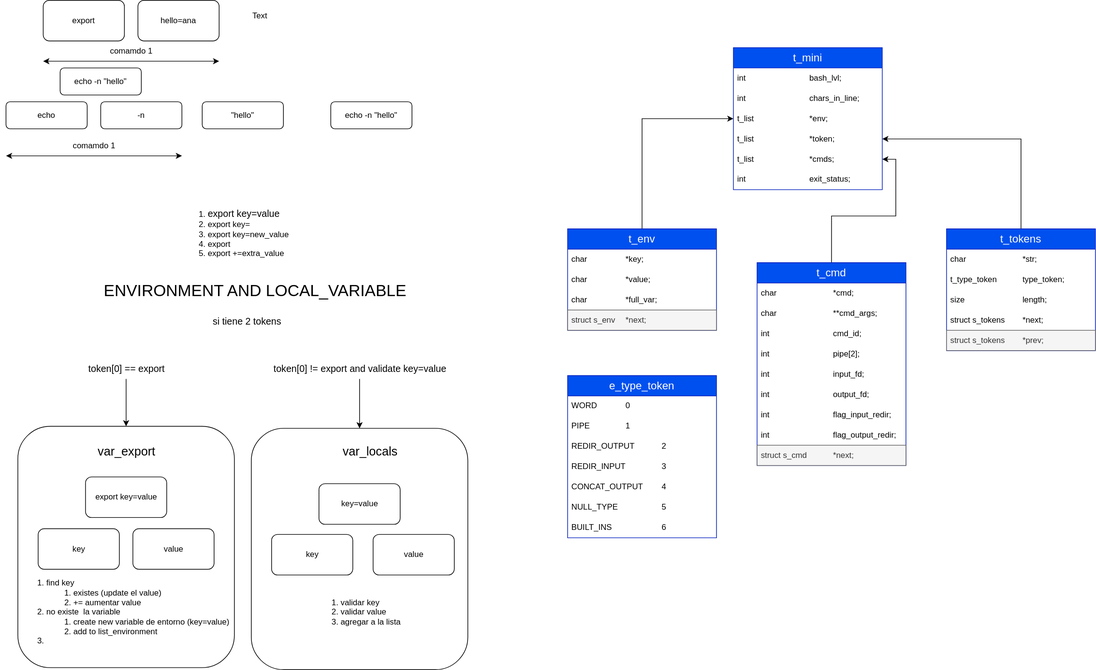
Above: commands.svg in Anagamedina/Minishell (draw.io), before the change. Source tidied: cells renumbered, new cells last; positions are measured from the earlier drawing's top-left corner, leaving out a move shared by most shapes.
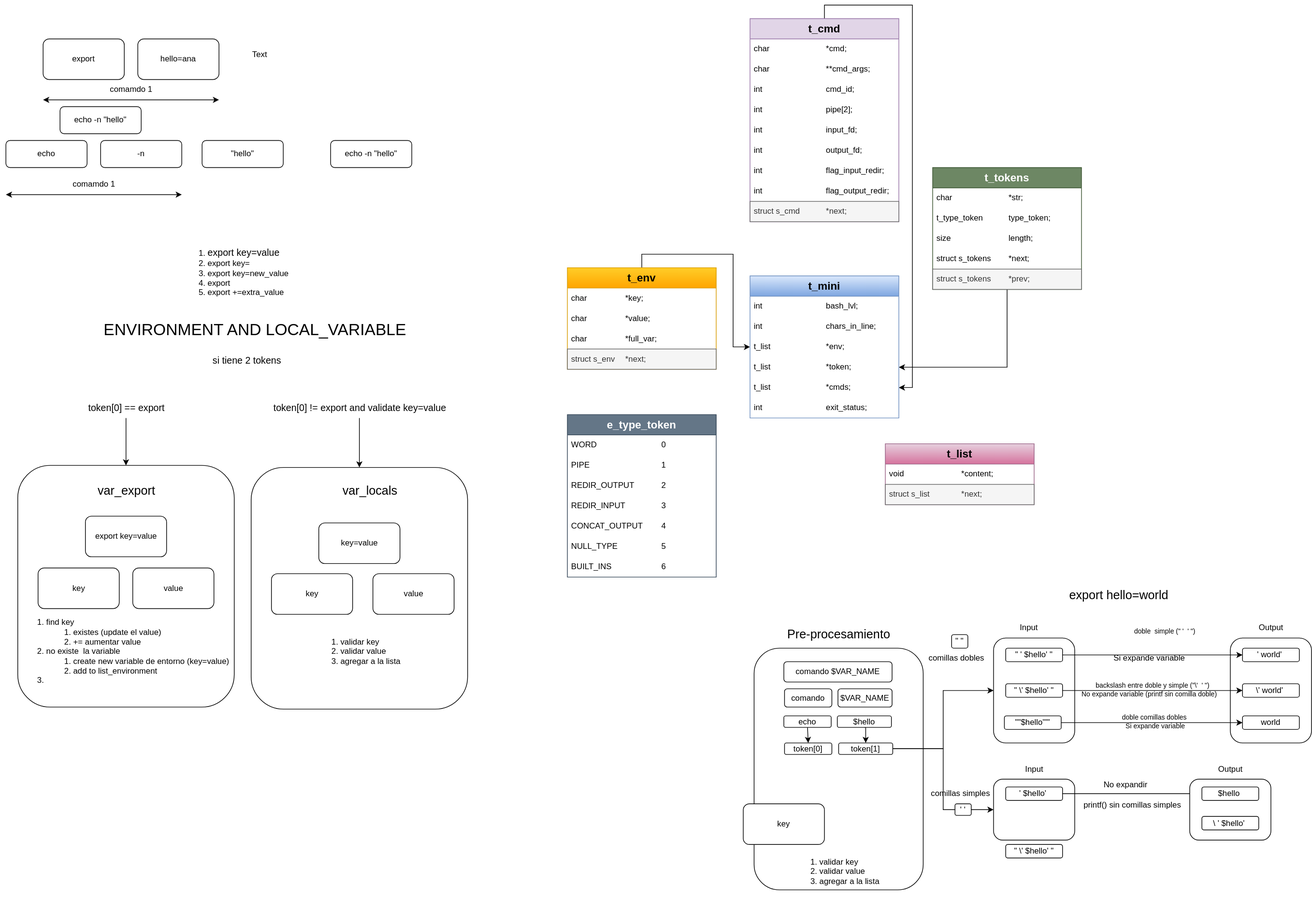
Above is the later version.

Commit message:
update UML tokens

Change to the diagram source:
```diff
@@ -4,2 +4,8 @@
     <mxCell id="1" parent="0" />
+    <mxCell id="72" value="&lt;div&gt;&lt;br&gt;&lt;/div&gt;" style="rounded=1;whiteSpace=wrap;html=1;align=left;" parent="1" vertex="1">
+      <mxGeometry x="1460" y="885" width="120" height="155" as="geometry" />
+    </mxCell>
+    <mxCell id="73" value="&lt;div&gt;&lt;br&gt;&lt;/div&gt;" style="rounded=1;whiteSpace=wrap;html=1;align=left;" parent="1" vertex="1">
+      <mxGeometry x="1810" y="885" width="120" height="155" as="geometry" />
+    </mxCell>
     <mxCell id="2" style="rounded=1;whiteSpace=wrap;html=1;fontColor=#F942FF;" parent="1" vertex="1">
@@ -106,3 +112,3 @@
     </mxCell>
-    <mxCell id="34" value="&lt;font style=&quot;font-size: 16px;&quot;&gt;t_env&lt;/font&gt;" style="swimlane;fontStyle=0;horizontal=1;startSize=30;whiteSpace=wrap;html=1;fillColor=#0050ef;fontColor=#ffffff;strokeColor=#001DBC;" parent="1" vertex="1">
+    <mxCell id="34" value="&lt;font style=&quot;font-size: 16px;&quot;&gt;&lt;b&gt;t_env&lt;/b&gt;&lt;/font&gt;" style="swimlane;fontStyle=0;horizontal=1;startSize=30;whiteSpace=wrap;html=1;fillColor=#ffcd28;strokeColor=#d79b00;gradientColor=#ffa500;" parent="1" vertex="1">
       <mxGeometry x="830" y="338" width="220" height="150" as="geometry" />
@@ -124,4 +130,4 @@
     </mxCell>
-    <mxCell id="40" value="&lt;font style=&quot;font-size: 16px;&quot;&gt;t_tokens&lt;/font&gt;" style="swimlane;fontStyle=0;horizontal=1;startSize=30;whiteSpace=wrap;html=1;fillColor=#0050ef;fontColor=#ffffff;strokeColor=#001DBC;" parent="1" vertex="1">
-      <mxGeometry x="1390" y="338" width="220" height="180" as="geometry" />
+    <mxCell id="40" value="&lt;font style=&quot;font-size: 16px;&quot;&gt;&lt;b&gt;t_tokens&lt;/b&gt;&lt;/font&gt;" style="swimlane;fontStyle=0;horizontal=1;startSize=30;whiteSpace=wrap;html=1;fillColor=#6d8764;strokeColor=#3A5431;fontColor=#ffffff;" parent="1" vertex="1">
+      <mxGeometry x="1370" y="190" width="220" height="180" as="geometry" />
     </mxCell>
@@ -145,4 +151,4 @@
     </mxCell>
-    <mxCell id="47" value="&lt;font style=&quot;font-size: 16px;&quot;&gt;t_cmd&lt;/font&gt;" style="swimlane;fontStyle=0;horizontal=1;startSize=30;whiteSpace=wrap;html=1;fillColor=#0050ef;fontColor=#ffffff;strokeColor=#001DBC;" parent="1" vertex="1">
-      <mxGeometry x="1110" y="388" width="220" height="300" as="geometry" />
+    <mxCell id="47" value="&lt;font style=&quot;font-size: 16px;&quot;&gt;&lt;b&gt;t_cmd&lt;/b&gt;&lt;/font&gt;" style="swimlane;fontStyle=0;horizontal=1;startSize=30;whiteSpace=wrap;html=1;fillColor=#e1d5e7;strokeColor=#9673a6;" parent="1" vertex="1">
+      <mxGeometry x="1100" y="-30" width="220" height="300" as="geometry" />
     </mxCell>
@@ -175,4 +181,4 @@
     </mxCell>
-    <mxCell id="57" value="&lt;font style=&quot;font-size: 16px;&quot;&gt;t_mini&lt;/font&gt;" style="swimlane;fontStyle=0;horizontal=1;startSize=30;whiteSpace=wrap;html=1;fillColor=#0050ef;fontColor=#ffffff;strokeColor=#001DBC;" parent="1" vertex="1">
-      <mxGeometry x="1075" y="70" width="220" height="210" as="geometry" />
+    <mxCell id="57" value="&lt;font style=&quot;font-size: 16px;&quot;&gt;&lt;b&gt;t_mini&lt;/b&gt;&lt;/font&gt;" style="swimlane;fontStyle=0;horizontal=1;startSize=30;whiteSpace=wrap;html=1;fillColor=#dae8fc;strokeColor=#6c8ebf;gradientColor=#7ea6e0;" parent="1" vertex="1">
+      <mxGeometry x="1100" y="350" width="220" height="210" as="geometry" />
     </mxCell>
@@ -184,3 +190,3 @@
     </mxCell>
-    <mxCell id="60" value="t_list&lt;span style=&quot;white-space: pre;&quot;&gt;&#9;&lt;/span&gt;&lt;span style=&quot;white-space: pre;&quot;&gt;&#9;&lt;/span&gt;&lt;span style=&quot;white-space: pre;&quot;&gt;&#9;&lt;/span&gt;&lt;span style=&quot;white-space: pre;&quot;&gt;&#9;&lt;/span&gt;*env;" style="text;strokeColor=none;fillColor=none;align=left;verticalAlign=middle;spacingLeft=4;spacingRight=4;overflow=hidden;points=[[0,0.5],[1,0.5]];portConstraint=eastwest;whiteSpace=wrap;html=1;" parent="57" vertex="1">
+    <mxCell id="60" value="t_list&lt;span style=&quot;white-space: pre;&quot;&gt;&#9;&lt;/span&gt;&lt;span style=&quot;white-space: pre;&quot;&gt;&#9;&lt;/span&gt;&lt;span style=&quot;white-space: pre;&quot;&gt;&#9;&lt;/span&gt;&lt;span style=&quot;white-space: pre;&quot;&gt;&#9;&lt;/span&gt;*env;" style="text;align=left;verticalAlign=middle;spacingLeft=4;spacingRight=4;overflow=hidden;points=[[0,0.5],[1,0.5]];portConstraint=eastwest;whiteSpace=wrap;html=1;" parent="57" vertex="1">
       <mxGeometry y="90" width="220" height="30" as="geometry" />
@@ -196,9 +202,9 @@
     </mxCell>
-    <mxCell id="64" value="&lt;span style=&quot;font-size: 16px;&quot;&gt;e_type_token&lt;/span&gt;" style="swimlane;fontStyle=0;horizontal=1;startSize=30;whiteSpace=wrap;html=1;fillColor=#0050ef;fontColor=#ffffff;strokeColor=#001DBC;" parent="1" vertex="1">
+    <mxCell id="64" value="&lt;span style=&quot;font-size: 16px;&quot;&gt;&lt;b&gt;e_type_token&lt;/b&gt;&lt;/span&gt;" style="swimlane;fontStyle=0;horizontal=1;startSize=30;whiteSpace=wrap;html=1;fillColor=#647687;fontColor=#ffffff;strokeColor=#314354;" parent="1" vertex="1">
       <mxGeometry x="830" y="555" width="220" height="240" as="geometry" />
     </mxCell>
-    <mxCell id="65" value="WORD&lt;span style=&quot;white-space: pre;&quot;&gt;&#9;&lt;/span&gt;&lt;span style=&quot;white-space: pre;&quot;&gt;&#9;&lt;/span&gt;0" style="text;strokeColor=none;fillColor=none;align=left;verticalAlign=middle;spacingLeft=4;spacingRight=4;overflow=hidden;whiteSpace=wrap;html=1;" parent="64" vertex="1">
+    <mxCell id="65" value="WORD&lt;span style=&quot;white-space: pre;&quot;&gt;&#9;&lt;/span&gt;&lt;span style=&quot;white-space: pre;&quot;&gt;&#9;&lt;span style=&quot;white-space: pre;&quot;&gt;&#9;&lt;/span&gt;&lt;span style=&quot;white-space: pre;&quot;&gt;&#9;&lt;/span&gt;&lt;/span&gt;0" style="text;strokeColor=none;fillColor=none;align=left;verticalAlign=middle;spacingLeft=4;spacingRight=4;overflow=hidden;whiteSpace=wrap;html=1;" parent="64" vertex="1">
       <mxGeometry y="30" width="220" height="30" as="geometry" />
     </mxCell>
-    <mxCell id="66" value="PIPE&lt;span style=&quot;white-space: pre;&quot;&gt;&#9;&lt;/span&gt;&lt;span style=&quot;white-space: pre;&quot;&gt;&#9;&lt;/span&gt;1" style="text;strokeColor=none;fillColor=none;align=left;verticalAlign=middle;spacingLeft=4;spacingRight=4;overflow=hidden;whiteSpace=wrap;html=1;" parent="64" vertex="1">
+    <mxCell id="66" value="PIPE&lt;span style=&quot;white-space: pre;&quot;&gt;&#9;&lt;/span&gt;&lt;span style=&quot;white-space: pre;&quot;&gt;&#9;&lt;span style=&quot;white-space: pre;&quot;&gt;&#9;&lt;/span&gt;&lt;span style=&quot;white-space: pre;&quot;&gt;&#9;&lt;/span&gt;&lt;/span&gt;1" style="text;strokeColor=none;fillColor=none;align=left;verticalAlign=middle;spacingLeft=4;spacingRight=4;overflow=hidden;whiteSpace=wrap;html=1;" parent="64" vertex="1">
       <mxGeometry y="60" width="220" height="30" as="geometry" />
@@ -220,2 +226,155 @@
     </mxCell>
+    <mxCell id="74" value="&lt;font style=&quot;font-size: 16px;&quot;&gt;&lt;b&gt;t_list&lt;/b&gt;&lt;/font&gt;" style="swimlane;fontStyle=0;horizontal=1;startSize=30;whiteSpace=wrap;html=1;fillColor=#e6d0de;strokeColor=#996185;gradientColor=#d5739d;" parent="1" vertex="1">
+      <mxGeometry x="1300" y="598" width="220" height="90" as="geometry" />
+    </mxCell>
+    <mxCell id="75" value="void&lt;span style=&quot;white-space: pre;&quot;&gt;&#9;&lt;/span&gt;&lt;span style=&quot;white-space: pre;&quot;&gt;&#9;&lt;span style=&quot;white-space: pre;&quot;&gt;&#9;&lt;/span&gt;&lt;span style=&quot;white-space: pre;&quot;&gt;&#9;&lt;/span&gt;&lt;/span&gt;*content;" style="text;strokeColor=none;fillColor=none;align=left;verticalAlign=middle;spacingLeft=4;spacingRight=4;overflow=hidden;whiteSpace=wrap;html=1;" parent="74" vertex="1">
+      <mxGeometry y="30" width="220" height="30" as="geometry" />
+    </mxCell>
+    <mxCell id="76" value="struct s_list&lt;span style=&quot;white-space: pre;&quot;&gt;&#9;&lt;/span&gt;&lt;span style=&quot;white-space: pre;&quot;&gt;&#9;&lt;/span&gt;*next;" style="text;strokeColor=#666666;fillColor=#f5f5f5;align=left;verticalAlign=middle;spacingLeft=4;spacingRight=4;overflow=hidden;whiteSpace=wrap;html=1;fontColor=#333333;" parent="74" vertex="1">
+      <mxGeometry y="60" width="220" height="30" as="geometry" />
+    </mxCell>
+    <mxCell id="77" style="rounded=1;whiteSpace=wrap;html=1;fontColor=#F942FF;" parent="1" vertex="1">
+      <mxGeometry x="1106" y="900" width="250" height="357" as="geometry" />
+    </mxCell>
+    <mxCell id="78" value="comando $VAR_NAME" style="rounded=1;whiteSpace=wrap;html=1;" parent="1" vertex="1">
+      <mxGeometry x="1150" y="920" width="160" height="30" as="geometry" />
+    </mxCell>
+    <mxCell id="79" value="key" style="rounded=1;whiteSpace=wrap;html=1;" parent="1" vertex="1">
+      <mxGeometry x="1090" y="1130" width="120" height="60" as="geometry" />
+    </mxCell>
+    <mxCell id="80" value="&lt;ol&gt;&lt;li&gt;validar key&lt;/li&gt;&lt;li&gt;validar value&lt;/li&gt;&lt;li&gt;agregar a la lista&lt;/li&gt;&lt;/ol&gt;" style="text;html=1;align=left;verticalAlign=middle;strokeColor=none;fillColor=none;rounded=1;" parent="1" vertex="1">
+      <mxGeometry x="1161" y="1190" width="150" height="80" as="geometry" />
+    </mxCell>
+    <mxCell id="81" value="Pre-procesamiento" style="text;html=1;align=center;verticalAlign=middle;strokeColor=none;fillColor=none;fontSize=18;rounded=1;" parent="1" vertex="1">
+      <mxGeometry x="1141" y="860" width="180" height="40" as="geometry" />
+    </mxCell>
+    <mxCell id="82" value="comando" style="rounded=1;whiteSpace=wrap;html=1;" parent="1" vertex="1">
+      <mxGeometry x="1151" y="960" width="70" height="27" as="geometry" />
+    </mxCell>
+    <mxCell id="83" value="$VAR_NAME" style="rounded=1;whiteSpace=wrap;html=1;" parent="1" vertex="1">
+      <mxGeometry x="1230" y="960" width="80" height="27" as="geometry" />
+    </mxCell>
+    <mxCell id="84" value="token[0]" style="rounded=1;whiteSpace=wrap;html=1;" parent="1" vertex="1">
+      <mxGeometry x="1151" y="1040" width="70" height="17" as="geometry" />
+    </mxCell>
+    <mxCell id="85" style="edgeStyle=orthogonalEdgeStyle;rounded=0;jettySize=auto;html=1;entryX=0;entryY=0.5;entryDx=0;entryDy=0;" parent="1" edge="1" source="87" target="72">
+      <mxGeometry relative="1" as="geometry" />
+    </mxCell>
+    <mxCell id="86" style="edgeStyle=orthogonalEdgeStyle;rounded=0;jettySize=auto;html=1;entryX=0;entryY=0.5;entryDx=0;entryDy=0;" parent="1" edge="1" source="87" target="106">
+      <mxGeometry relative="1" as="geometry" />
+    </mxCell>
+    <mxCell id="87" value="token[1]" style="rounded=1;whiteSpace=wrap;html=1;" parent="1" vertex="1">
+      <mxGeometry x="1231" y="1040" width="80" height="17" as="geometry" />
+    </mxCell>
+    <mxCell id="88" value="&quot; &quot;" style="rounded=1;whiteSpace=wrap;html=1;" parent="1" vertex="1">
+      <mxGeometry x="1398" y="880" width="24" height="20" as="geometry" />
+    </mxCell>
+    <mxCell id="89" value="' '" style="rounded=1;whiteSpace=wrap;html=1;" parent="1" vertex="1">
+      <mxGeometry x="1403" y="1130" width="24" height="17" as="geometry" />
+    </mxCell>
+    <mxCell id="90" style="edgeStyle=orthogonalEdgeStyle;rounded=0;jettySize=auto;html=1;exitX=0.5;exitY=1;exitDx=0;exitDy=0;entryX=0.5;entryY=0;entryDx=0;entryDy=0;" parent="1" edge="1" source="91" target="84">
+      <mxGeometry relative="1" as="geometry" />
+    </mxCell>
+    <mxCell id="91" value="echo" style="rounded=1;whiteSpace=wrap;html=1;" parent="1" vertex="1">
+      <mxGeometry x="1150" y="1000" width="70" height="17" as="geometry" />
+    </mxCell>
+    <mxCell id="92" style="edgeStyle=orthogonalEdgeStyle;rounded=0;jettySize=auto;html=1;exitX=0.5;exitY=1;exitDx=0;exitDy=0;entryX=0.5;entryY=0;entryDx=0;entryDy=0;" parent="1" edge="1" source="93" target="87">
+      <mxGeometry relative="1" as="geometry" />
+    </mxCell>
+    <mxCell id="93" value="$hello" style="rounded=1;whiteSpace=wrap;html=1;" parent="1" vertex="1">
+      <mxGeometry x="1229" y="1000" width="80" height="17" as="geometry" />
+    </mxCell>
+    <mxCell id="94" value="comillas dobles" style="text;html=1;align=center;verticalAlign=middle;strokeColor=none;fillColor=none;" parent="1" vertex="1">
+      <mxGeometry x="1350" y="900" width="110" height="30" as="geometry" />
+    </mxCell>
+    <mxCell id="95" value="comillas simples" style="text;html=1;align=center;verticalAlign=middle;strokeColor=none;fillColor=none;" parent="1" vertex="1">
+      <mxGeometry x="1356" y="1100" width="110" height="30" as="geometry" />
+    </mxCell>
+    <mxCell id="96" style="edgeStyle=orthogonalEdgeStyle;rounded=0;jettySize=auto;html=1;entryX=0;entryY=0.5;entryDx=0;entryDy=0;" parent="1" edge="1" source="97" target="100">
+      <mxGeometry relative="1" as="geometry" />
+    </mxCell>
+    <mxCell id="97" value="&lt;div style=&quot;&quot;&gt;&lt;span style=&quot;text-align: left; background-color: initial;&quot;&gt;&quot; ' $hello' &quot;&lt;/span&gt;&lt;br&gt;&lt;/div&gt;" style="rounded=1;whiteSpace=wrap;html=1;" parent="1" vertex="1">
+      <mxGeometry x="1478" y="900" width="84" height="20" as="geometry" />
+    </mxCell>
+    <mxCell id="98" style="edgeStyle=orthogonalEdgeStyle;rounded=0;jettySize=auto;html=1;entryX=0;entryY=0.5;entryDx=0;entryDy=0;" parent="1" edge="1" source="99" target="101">
+      <mxGeometry relative="1" as="geometry" />
+    </mxCell>
+    <mxCell id="99" value="&lt;div style=&quot;&quot;&gt;&lt;span style=&quot;text-align: left; background-color: initial;&quot;&gt;&quot; \' $hello' &quot;&lt;/span&gt;&lt;br&gt;&lt;/div&gt;" style="rounded=1;whiteSpace=wrap;html=1;" parent="1" vertex="1">
+      <mxGeometry x="1478" y="952.5" width="84" height="20" as="geometry" />
+    </mxCell>
+    <mxCell id="100" value="&lt;div style=&quot;&quot;&gt;&lt;span style=&quot;text-align: left; background-color: initial;&quot;&gt;' world'&amp;nbsp;&lt;/span&gt;&lt;br&gt;&lt;/div&gt;" style="rounded=1;whiteSpace=wrap;html=1;" parent="1" vertex="1">
+      <mxGeometry x="1828" y="900" width="84" height="20" as="geometry" />
+    </mxCell>
+    <mxCell id="101" value="&lt;div style=&quot;&quot;&gt;&lt;span style=&quot;text-align: left; background-color: initial;&quot;&gt;\' world'&amp;nbsp;&lt;/span&gt;&lt;br&gt;&lt;/div&gt;" style="rounded=1;whiteSpace=wrap;html=1;" parent="1" vertex="1">
+      <mxGeometry x="1828" y="952.5" width="84" height="20" as="geometry" />
+    </mxCell>
+    <mxCell id="102" value="Input" style="text;html=1;align=center;verticalAlign=middle;strokeColor=none;fillColor=none;" parent="1" vertex="1">
+      <mxGeometry x="1487" y="855" width="50" height="30" as="geometry" />
+    </mxCell>
+    <mxCell id="103" value="Output" style="text;html=1;align=center;verticalAlign=middle;strokeColor=none;fillColor=none;" parent="1" vertex="1">
+      <mxGeometry x="1840" y="855" width="60" height="30" as="geometry" />
+    </mxCell>
+    <mxCell id="104" value="Si expande variable" style="text;html=1;align=center;verticalAlign=middle;strokeColor=none;fillColor=none;" parent="1" vertex="1">
+      <mxGeometry x="1625" y="900" width="130" height="30" as="geometry" />
+    </mxCell>
+    <mxCell id="105" value="&lt;font style=&quot;font-size: 10px;&quot;&gt;No expande variable (printf sin comilla doble)&lt;/font&gt;" style="text;html=1;align=center;verticalAlign=middle;strokeColor=none;fillColor=none;" parent="1" vertex="1">
+      <mxGeometry x="1580" y="952.5" width="220" height="30" as="geometry" />
+    </mxCell>
+    <mxCell id="106" value="&lt;div&gt;&lt;br&gt;&lt;/div&gt;" style="rounded=1;whiteSpace=wrap;html=1;align=left;" parent="1" vertex="1">
+      <mxGeometry x="1460" y="1093.5" width="120" height="90" as="geometry" />
+    </mxCell>
+    <mxCell id="107" style="edgeStyle=orthogonalEdgeStyle;rounded=0;jettySize=auto;html=1;exitX=1;exitY=0.5;exitDx=0;exitDy=0;entryX=0;entryY=0.5;entryDx=0;entryDy=0;" parent="1" edge="1" source="108" target="111">
+      <mxGeometry relative="1" as="geometry" />
+    </mxCell>
+    <mxCell id="108" value="&lt;div style=&quot;&quot;&gt;&lt;span style=&quot;text-align: left; background-color: initial;&quot;&gt;' $hello'&amp;nbsp;&lt;/span&gt;&lt;br&gt;&lt;/div&gt;" style="rounded=1;whiteSpace=wrap;html=1;" parent="1" vertex="1">
+      <mxGeometry x="1478" y="1105" width="84" height="20" as="geometry" />
+    </mxCell>
+    <mxCell id="109" value="&lt;div style=&quot;&quot;&gt;&lt;span style=&quot;text-align: left; background-color: initial;&quot;&gt;&quot; \' $hello' &quot;&lt;/span&gt;&lt;br&gt;&lt;/div&gt;" style="rounded=1;whiteSpace=wrap;html=1;" parent="1" vertex="1">
+      <mxGeometry x="1478" y="1190" width="84" height="20" as="geometry" />
+    </mxCell>
+    <mxCell id="110" value="&lt;div&gt;&lt;br&gt;&lt;/div&gt;" style="rounded=1;whiteSpace=wrap;html=1;align=left;" parent="1" vertex="1">
+      <mxGeometry x="1750" y="1093.5" width="120" height="90" as="geometry" />
+    </mxCell>
+    <mxCell id="111" value="&lt;div style=&quot;&quot;&gt;&lt;span style=&quot;text-align: left; background-color: initial;&quot;&gt;$hello&amp;nbsp;&lt;/span&gt;&lt;br&gt;&lt;/div&gt;" style="rounded=1;whiteSpace=wrap;html=1;" parent="1" vertex="1">
+      <mxGeometry x="1768" y="1105" width="84" height="20" as="geometry" />
+    </mxCell>
+    <mxCell id="112" value="&lt;div style=&quot;&quot;&gt;&lt;span style=&quot;text-align: left; background-color: initial;&quot;&gt;\ ' $hello'&amp;nbsp;&lt;/span&gt;&lt;br&gt;&lt;/div&gt;" style="rounded=1;whiteSpace=wrap;html=1;" parent="1" vertex="1">
+      <mxGeometry x="1768" y="1148.5" width="84" height="20" as="geometry" />
+    </mxCell>
+    <mxCell id="113" value="Output" style="text;html=1;align=center;verticalAlign=middle;strokeColor=none;fillColor=none;" parent="1" vertex="1">
+      <mxGeometry x="1780" y="1063.5" width="60" height="30" as="geometry" />
+    </mxCell>
+    <mxCell id="114" value="Input" style="text;html=1;align=center;verticalAlign=middle;strokeColor=none;fillColor=none;" parent="1" vertex="1">
+      <mxGeometry x="1495" y="1063.5" width="50" height="30" as="geometry" />
+    </mxCell>
+    <mxCell id="115" value="No expandir" style="text;html=1;align=center;verticalAlign=middle;strokeColor=none;fillColor=none;" parent="1" vertex="1">
+      <mxGeometry x="1610" y="1087" width="90" height="30" as="geometry" />
+    </mxCell>
+    <mxCell id="116" value="printf() sin comillas simples" style="text;html=1;align=center;verticalAlign=middle;strokeColor=none;fillColor=none;" parent="1" vertex="1">
+      <mxGeometry x="1580" y="1117" width="170" height="30" as="geometry" />
+    </mxCell>
+    <mxCell id="117" style="edgeStyle=orthogonalEdgeStyle;rounded=0;jettySize=auto;html=1;exitX=1;exitY=0.5;exitDx=0;exitDy=0;entryX=0;entryY=0.5;entryDx=0;entryDy=0;" parent="1" edge="1" source="118" target="120">
+      <mxGeometry relative="1" as="geometry" />
+    </mxCell>
+    <mxCell id="118" value="&lt;div style=&quot;&quot;&gt;&lt;span style=&quot;text-align: left; background-color: initial;&quot;&gt;&quot;&quot;$hello'&quot;&quot;&lt;/span&gt;&lt;br&gt;&lt;/div&gt;" style="rounded=1;whiteSpace=wrap;html=1;" parent="1" vertex="1">
+      <mxGeometry x="1476" y="1000" width="84" height="20" as="geometry" />
+    </mxCell>
+    <mxCell id="119" value="&lt;font style=&quot;font-size: 18px;&quot;&gt;export hello=world&lt;/font&gt;" style="text;html=1;align=center;verticalAlign=middle;strokeColor=none;fillColor=none;" parent="1" vertex="1">
+      <mxGeometry x="1560" y="801.5" width="170" height="40" as="geometry" />
+    </mxCell>
+    <mxCell id="120" value="&lt;div style=&quot;&quot;&gt;&lt;span style=&quot;text-align: left; background-color: initial;&quot;&gt;world&lt;/span&gt;&lt;br&gt;&lt;/div&gt;" style="rounded=1;whiteSpace=wrap;html=1;" parent="1" vertex="1">
+      <mxGeometry x="1828" y="1000" width="84" height="20" as="geometry" />
+    </mxCell>
+    <mxCell id="121" value="&lt;font style=&quot;font-size: 10px;&quot;&gt;doble comillas dobles&amp;nbsp;&lt;/font&gt;" style="text;html=1;align=center;verticalAlign=middle;strokeColor=none;fillColor=none;" parent="1" vertex="1">
+      <mxGeometry x="1639" y="987" width="120" height="30" as="geometry" />
+    </mxCell>
+    <mxCell id="122" value="&lt;font style=&quot;font-size: 10px;&quot;&gt;Si expande variable&lt;/font&gt;" style="text;html=1;align=center;verticalAlign=middle;strokeColor=none;fillColor=none;" parent="1" vertex="1">
+      <mxGeometry x="1644" y="1000" width="110" height="30" as="geometry" />
+    </mxCell>
+    <mxCell id="123" value="&lt;font style=&quot;font-size: 10px;&quot;&gt;backslash entre doble y simple (&quot;\'&amp;nbsp; ' &quot;)&lt;/font&gt;" style="text;html=1;align=center;verticalAlign=middle;strokeColor=none;fillColor=none;" parent="1" vertex="1">
+      <mxGeometry x="1600" y="940" width="190" height="30" as="geometry" />
+    </mxCell>
+    <mxCell id="124" value="&lt;font style=&quot;font-size: 10px;&quot;&gt;doble&amp;nbsp; simple (&quot; '&amp;nbsp; ' &quot;)&lt;/font&gt;" style="text;html=1;align=center;verticalAlign=middle;strokeColor=none;fillColor=none;" parent="1" vertex="1">
+      <mxGeometry x="1658" y="860" width="110" height="30" as="geometry" />
+    </mxCell>
   </root>
```
